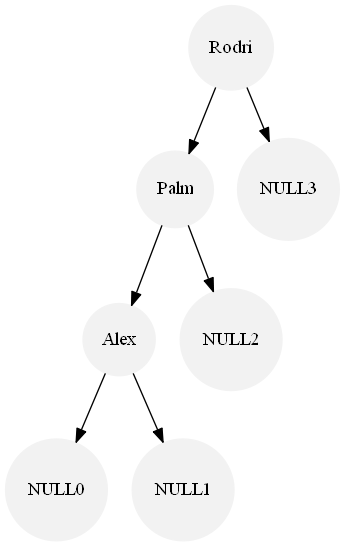
The Graphviz diagram RepJugadores.png in loumisha96/EDD_1S2020_PY1_201602935, before a commit. Its source is kept beside it as RepJugadores.dot.
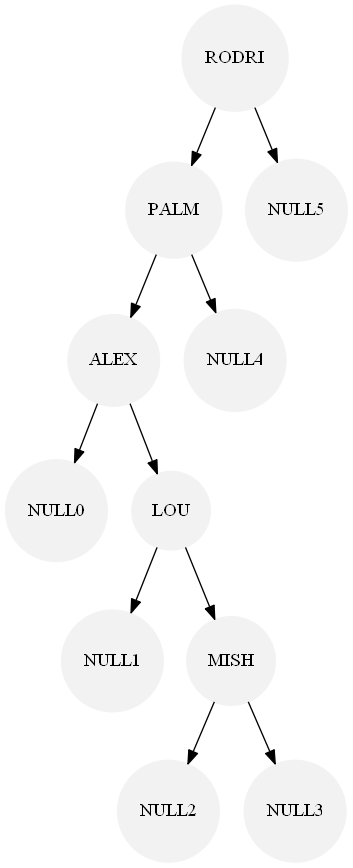
After the commit.

What changed in the source:
```diff
@@ -1,10 +1,14 @@
 digraph G{
 node[shape=circle, style=filled, color = Gray95];
 edge[color =black]
-Rodri->Palm
-Palm->Alex
-Alex->NULL0
-Alex->NULL1
-Palm->NULL2
-Rodri->NULL3
+RODRI->PALM
+PALM->ALEX
+ALEX->NULL0
+ALEX->LOU
+LOU->NULL1
+LOU->MISH
+MISH->NULL2
+MISH->NULL3
+PALM->NULL4
+RODRI->NULL5
 }
```
